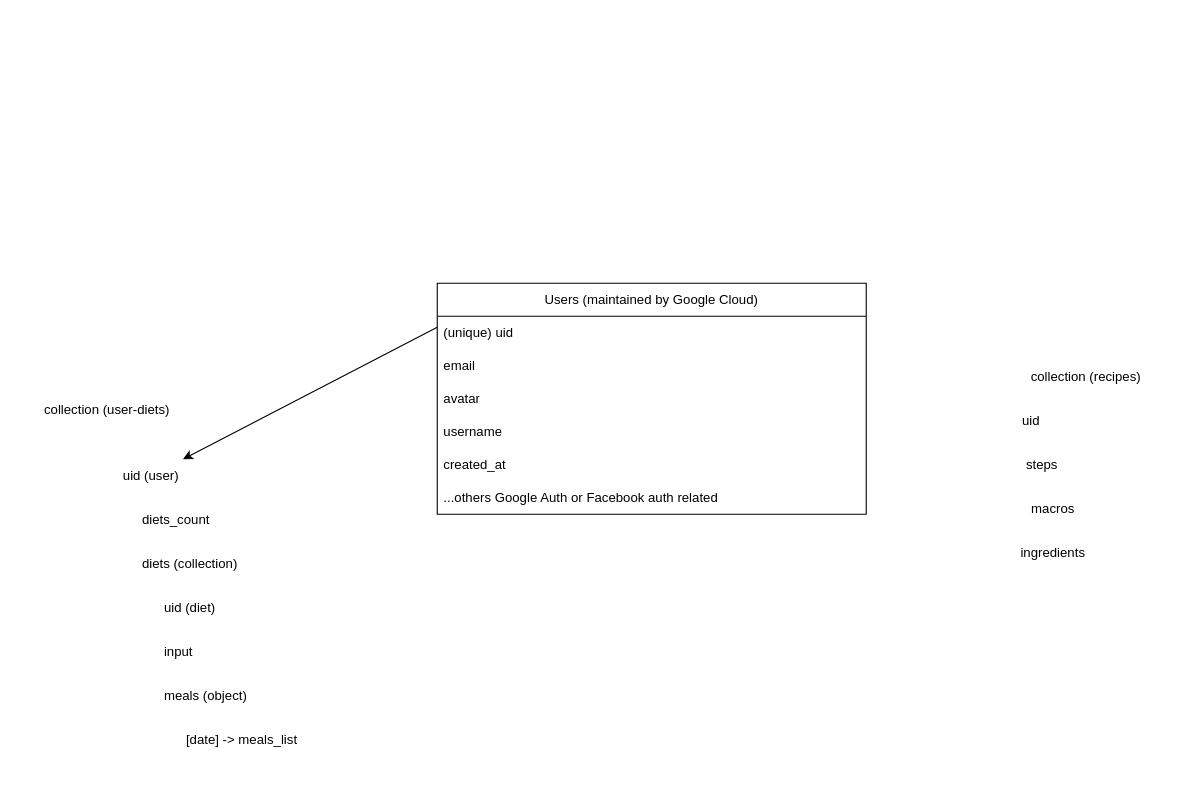
polubis/greenonsoftware keeps this draw.io diagram as documentation/other/db-diet-app-design.drawio. Above is the earlier version. Source tidied: cells renumbered, new cells numbered last; positions are measured from the earlier drawing's top-left corner, leaving out a move shared by most shapes. Both pictures are drawn from the tidied source at 110%, with x=0, y=0 at pixel (30, 283).
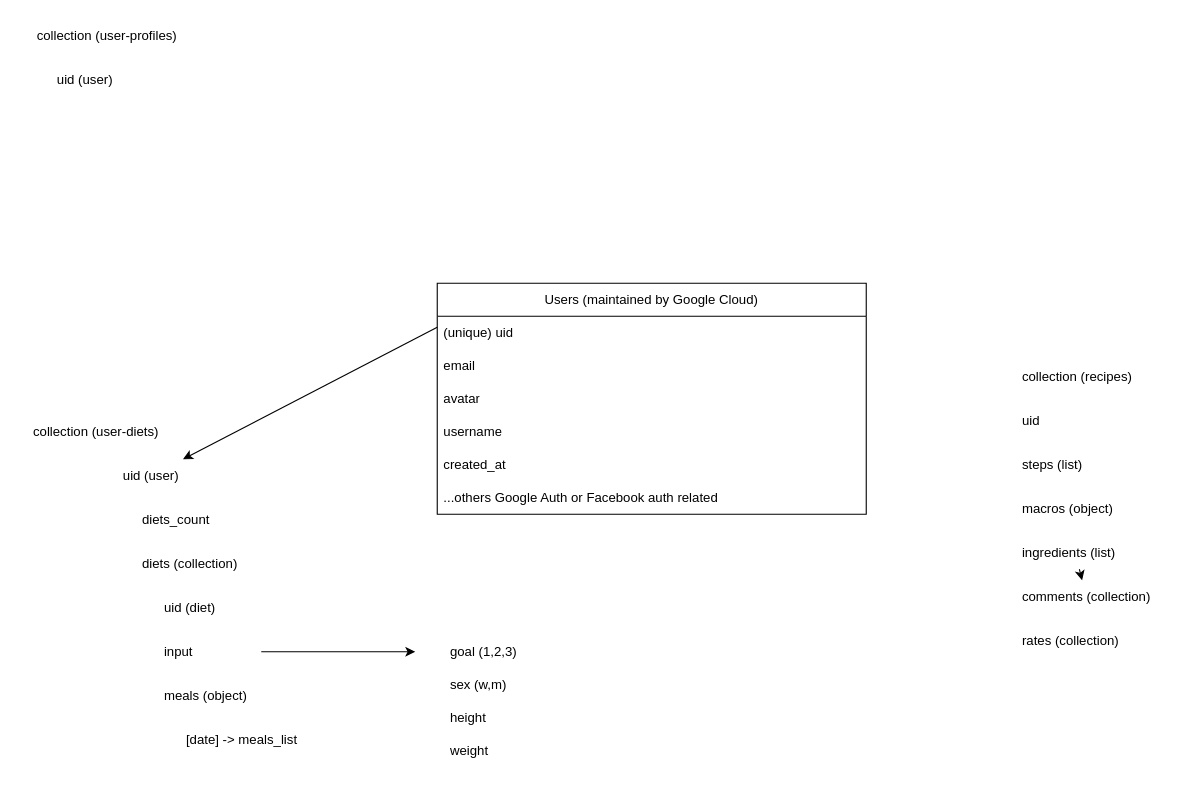
The same page after the edit.

Unchanged cells that the change refers to:
```xml
<mxCell id="15" value="input" style="text;html=1;strokeColor=none;fillColor=none;align=left;verticalAlign=middle;whiteSpace=wrap;rounded=0;" parent="1" vertex="1">
  <mxGeometry x="120" y="320" width="90" height="30" as="geometry" />
</mxCell>
```

The edit, as a diff of the source:
```diff
@@
     <mxCell id="9" value="collection (user-diets)" style="text;html=1;strokeColor=none;fillColor=none;align=center;verticalAlign=middle;whiteSpace=wrap;rounded=0;" parent="1" vertex="1">
-      <mxGeometry y="100" width="140" height="30" as="geometry" />
+      <mxGeometry x="-10" y="120" width="140" height="30" as="geometry" />
     </mxCell>
@@
+    <mxCell id="23" style="edgeStyle=none;html=1;" parent="1" edge="1" source="15">
+      <mxGeometry relative="1" as="geometry">
+        <mxPoint x="350" y="335" as="targetPoint" />
+      </mxGeometry>
+    </mxCell>
@@
-    <mxCell id="18" value="collection (recipes)" style="text;html=1;strokeColor=none;fillColor=none;align=center;verticalAlign=middle;whiteSpace=wrap;rounded=0;" parent="1" vertex="1">
-      <mxGeometry x="890" y="70" width="140" height="30" as="geometry" />
+    <mxCell id="18" value="collection (recipes)" style="text;html=1;strokeColor=none;fillColor=none;align=left;verticalAlign=middle;whiteSpace=wrap;rounded=0;" parent="1" vertex="1">
+      <mxGeometry x="900" y="70" width="140" height="30" as="geometry" />
     </mxCell>
-    <mxCell id="19" value="uid" style="text;html=1;strokeColor=none;fillColor=none;align=center;verticalAlign=middle;whiteSpace=wrap;rounded=0;" parent="1" vertex="1">
-      <mxGeometry x="880" y="110" width="60" height="30" as="geometry" />
+    <mxCell id="19" value="uid" style="text;html=1;strokeColor=none;fillColor=none;align=left;verticalAlign=middle;whiteSpace=wrap;rounded=0;" parent="1" vertex="1">
+      <mxGeometry x="900" y="110" width="60" height="30" as="geometry" />
     </mxCell>
-    <mxCell id="20" value="steps" style="text;html=1;strokeColor=none;fillColor=none;align=center;verticalAlign=middle;whiteSpace=wrap;rounded=0;" parent="1" vertex="1">
-      <mxGeometry x="890" y="150" width="60" height="30" as="geometry" />
+    <mxCell id="20" value="steps (list)" style="text;html=1;strokeColor=none;fillColor=none;align=left;verticalAlign=middle;whiteSpace=wrap;rounded=0;" parent="1" vertex="1">
+      <mxGeometry x="900" y="150" width="60" height="30" as="geometry" />
     </mxCell>
-    <mxCell id="21" value="macros" style="text;html=1;strokeColor=none;fillColor=none;align=center;verticalAlign=middle;whiteSpace=wrap;rounded=0;" parent="1" vertex="1">
-      <mxGeometry x="900" y="190" width="60" height="30" as="geometry" />
+    <mxCell id="21" value="macros (object)" style="text;html=1;strokeColor=none;fillColor=none;align=left;verticalAlign=middle;whiteSpace=wrap;rounded=0;" parent="1" vertex="1">
+      <mxGeometry x="900" y="190" width="90" height="30" as="geometry" />
     </mxCell>
+    <mxCell id="24" style="edgeStyle=none;html=1;" parent="1" edge="1" source="22" target="25">
+      <mxGeometry relative="1" as="geometry" />
+    </mxCell>
-    <mxCell id="22" value="ingredients" style="text;html=1;strokeColor=none;fillColor=none;align=center;verticalAlign=middle;whiteSpace=wrap;rounded=0;" parent="1" vertex="1">
-      <mxGeometry x="900" y="230" width="60" height="30" as="geometry" />
+    <mxCell id="22" value="ingredients (list)" style="text;html=1;strokeColor=none;fillColor=none;align=left;verticalAlign=middle;whiteSpace=wrap;rounded=0;" parent="1" vertex="1">
+      <mxGeometry x="900" y="230" width="100" height="30" as="geometry" />
     </mxCell>
+    <mxCell id="25" value="comments (collection)" style="text;html=1;strokeColor=none;fillColor=none;align=left;verticalAlign=middle;whiteSpace=wrap;rounded=0;" parent="1" vertex="1">
+      <mxGeometry x="900" y="270" width="120" height="30" as="geometry" />
+    </mxCell>
+    <mxCell id="26" value="rates (collection)" style="text;html=1;strokeColor=none;fillColor=none;align=left;verticalAlign=middle;whiteSpace=wrap;rounded=0;" parent="1" vertex="1">
+      <mxGeometry x="900" y="310" width="120" height="30" as="geometry" />
+    </mxCell>
+    <mxCell id="27" value="goal (1,2,3)" style="text;html=1;strokeColor=none;fillColor=none;align=left;verticalAlign=middle;whiteSpace=wrap;rounded=0;" parent="1" vertex="1">
+      <mxGeometry x="380" y="320" width="90" height="30" as="geometry" />
+    </mxCell>
+    <mxCell id="28" value="sex (w,m)" style="text;html=1;strokeColor=none;fillColor=none;align=left;verticalAlign=middle;whiteSpace=wrap;rounded=0;" parent="1" vertex="1">
+      <mxGeometry x="380" y="350" width="90" height="30" as="geometry" />
+    </mxCell>
+    <mxCell id="29" value="height" style="text;html=1;strokeColor=none;fillColor=none;align=left;verticalAlign=middle;whiteSpace=wrap;rounded=0;" parent="1" vertex="1">
+      <mxGeometry x="380" y="380" width="90" height="30" as="geometry" />
+    </mxCell>
+    <mxCell id="30" value="weight" style="text;html=1;strokeColor=none;fillColor=none;align=left;verticalAlign=middle;whiteSpace=wrap;rounded=0;" parent="1" vertex="1">
+      <mxGeometry x="380" y="410" width="90" height="30" as="geometry" />
+    </mxCell>
+    <mxCell id="31" value="collection (user-profiles)" style="text;html=1;strokeColor=none;fillColor=none;align=center;verticalAlign=middle;whiteSpace=wrap;rounded=0;" parent="1" vertex="1">
+      <mxGeometry y="-240" width="140" height="30" as="geometry" />
+    </mxCell>
+    <mxCell id="32" value="uid (user)" style="text;html=1;strokeColor=none;fillColor=none;align=center;verticalAlign=middle;whiteSpace=wrap;rounded=0;" parent="1" vertex="1">
+      <mxGeometry x="20" y="-200" width="60" height="30" as="geometry" />
+    </mxCell>
```
